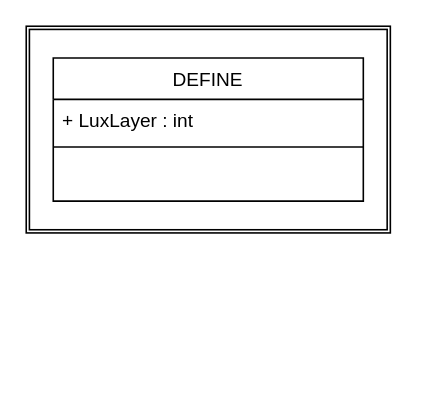
The draw.io diagram ETC/UML/DEFINE.drawio in SEH00N/Eungabi, before the edit. Source tidied: cells renumbered, new cells numbered last; positions are measured from the earlier drawing's top-left corner, leaving out a move shared by most shapes. Both pictures are drawn from the tidied source at 159%, with x=0, y=0 at pixel (25, 25).
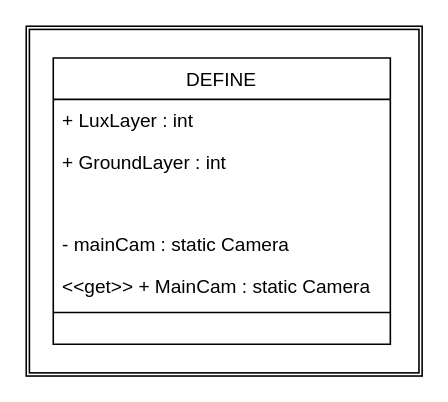
Above is the later version.

The edit, as a diff of the source:
```diff
@@
 <mxGraphModel>
   <root>
     <mxCell id="0" />
     <mxCell id="1" parent="0" />
     <mxCell id="2" style="shape=ext;double=1;rounded=0;whiteSpace=wrap;html=1;fontColor=#F0F0F0;strokeColor=default;fillColor=default;" parent="1" vertex="1">
-      <mxGeometry width="229" height="130" as="geometry" />
+      <mxGeometry width="249" height="220" as="geometry" />
     </mxCell>
     <mxCell id="3" value="DEFINE" style="swimlane;fontStyle=0;align=center;verticalAlign=top;horizontal=1;startSize=26;rounded=0;shadow=0;strokeWidth=1;spacingTop=0;" parent="1" vertex="1">
-      <mxGeometry x="17" y="20" width="195" height="90" as="geometry" />
+      <mxGeometry x="17" y="20" width="212" height="180" as="geometry" />
     </mxCell>
     <mxCell id="4" value="+ LuxLayer : int" style="text;align=left;verticalAlign=top;spacingLeft=4;spacingRight=4;overflow=hidden;rounded=0;shadow=0;html=0;" parent="3" vertex="1">
-      <mxGeometry y="26" width="195" height="26" as="geometry" />
+      <mxGeometry y="26" width="212" height="26" as="geometry" />
     </mxCell>
+    <mxCell id="6" value="+ GroundLayer : int" style="text;align=left;verticalAlign=top;spacingLeft=4;spacingRight=4;overflow=hidden;rounded=0;shadow=0;html=0;" parent="3" vertex="1">
+      <mxGeometry y="52" width="212" height="26" as="geometry" />
+    </mxCell>
+    <mxCell id="7" value=" " style="text;align=left;verticalAlign=top;spacingLeft=4;spacingRight=4;overflow=hidden;rounded=0;shadow=0;html=0;" parent="3" vertex="1">
+      <mxGeometry y="78" width="212" height="26" as="geometry" />
+    </mxCell>
+    <mxCell id="8" value="- mainCam : static Camera" style="text;align=left;verticalAlign=top;spacingLeft=4;spacingRight=4;overflow=hidden;rounded=0;shadow=0;html=0;" parent="3" vertex="1">
+      <mxGeometry y="104" width="212" height="26" as="geometry" />
+    </mxCell>
+    <mxCell id="9" value="&lt;&lt;get&gt;&gt; + MainCam : static Camera" style="text;align=left;verticalAlign=top;spacingLeft=4;spacingRight=4;overflow=hidden;rounded=0;shadow=0;html=0;" parent="3" vertex="1">
+      <mxGeometry y="130" width="212" height="26" as="geometry" />
+    </mxCell>
     <mxCell id="5" style="line;html=1;strokeWidth=1;align=left;verticalAlign=middle;spacingTop=-1;spacingLeft=3;spacingRight=3;labelPosition=right;" parent="3" vertex="1">
-      <mxGeometry y="52" width="195" height="8" as="geometry" />
+      <mxGeometry y="156" width="212" height="8" as="geometry" />
     </mxCell>
   </root>
 </mxGraphModel>
```
